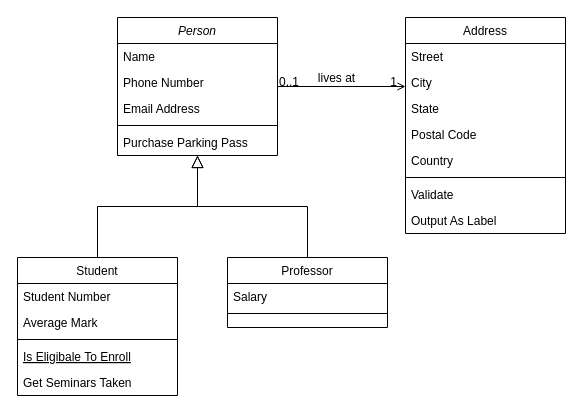
This is Untitled Diagram.drawio from gugahh/diagramasmprj, a draw.io file, before an edit. Source tidied: cells renumbered, new cells numbered last; positions are measured from the earlier drawing's top-left corner, leaving out a move shared by most shapes. Both pictures are drawn from the tidied source at 100%, with x=0, y=0 at pixel (17, 17).
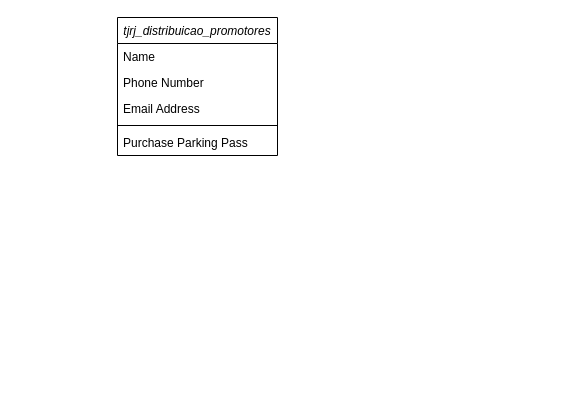
The same diagram, later.

Change to the diagram source:
```diff
@@
-    <mxCell id="2" value="Person" style="swimlane;fontStyle=2;align=center;verticalAlign=top;horizontal=1;startSize=26;rounded=0;shadow=0;strokeWidth=1;" parent="1" vertex="1">
+    <mxCell id="2" value="tjrj_distribuicao_promotores" style="swimlane;fontStyle=2;align=center;verticalAlign=top;horizontal=1;startSize=26;rounded=0;shadow=0;strokeWidth=1;" parent="1" vertex="1">
       <mxGeometry x="100" width="160" height="138" as="geometry" />
     </mxCell>
@@
-    <mxCell id="8" value="Student" style="swimlane;fontStyle=0;align=center;verticalAlign=top;horizontal=1;startSize=26;rounded=0;shadow=0;strokeWidth=1;" parent="1" vertex="1">
-      <mxGeometry y="240" width="160" height="138" as="geometry" />
-    </mxCell>
-    <mxCell id="9" value="Student Number" style="text;align=left;verticalAlign=top;spacingLeft=4;spacingRight=4;overflow=hidden;" parent="8" vertex="1">
-      <mxGeometry y="26" width="160" height="26" as="geometry" />
-    </mxCell>
-    <mxCell id="10" value="Average Mark" style="text;align=left;verticalAlign=top;spacingLeft=4;spacingRight=4;overflow=hidden;rounded=0;shadow=0;html=0;" parent="8" vertex="1">
-      <mxGeometry y="52" width="160" height="26" as="geometry" />
-    </mxCell>
-    <mxCell id="11" style="line;html=1;strokeWidth=1;align=left;verticalAlign=middle;spacingTop=-1;spacingLeft=3;spacingRight=3;labelPosition=right;" parent="8" vertex="1">
-      <mxGeometry y="78" width="160" height="8" as="geometry" />
-    </mxCell>
-    <mxCell id="12" value="Is Eligibale To Enroll" style="text;align=left;verticalAlign=top;spacingLeft=4;spacingRight=4;overflow=hidden;fontStyle=4;" parent="8" vertex="1">
-      <mxGeometry y="86" width="160" height="26" as="geometry" />
-    </mxCell>
-    <mxCell id="13" value="Get Seminars Taken" style="text;align=left;verticalAlign=top;spacingLeft=4;spacingRight=4;overflow=hidden;" parent="8" vertex="1">
-      <mxGeometry y="112" width="160" height="26" as="geometry" />
-    </mxCell>
-    <mxCell id="14" style="endArrow=block;endSize=10;endFill=0;shadow=0;strokeWidth=1;rounded=0;edgeStyle=elbowEdgeStyle;elbow=vertical;" parent="1" edge="1" source="8" target="2">
-      <mxGeometry relative="1" as="geometry" />
-    </mxCell>
-    <mxCell id="15" value="Professor" style="swimlane;fontStyle=0;align=center;verticalAlign=top;horizontal=1;startSize=26;rounded=0;shadow=0;strokeWidth=1;" parent="1" vertex="1">
-      <mxGeometry x="210" y="240" width="160" height="70" as="geometry" />
-    </mxCell>
-    <mxCell id="16" value="Salary" style="text;align=left;verticalAlign=top;spacingLeft=4;spacingRight=4;overflow=hidden;" parent="15" vertex="1">
-      <mxGeometry y="26" width="160" height="26" as="geometry" />
-    </mxCell>
-    <mxCell id="17" style="line;html=1;strokeWidth=1;align=left;verticalAlign=middle;spacingTop=-1;spacingLeft=3;spacingRight=3;labelPosition=right;" parent="15" vertex="1">
-      <mxGeometry y="52" width="160" height="8" as="geometry" />
-    </mxCell>
-    <mxCell id="18" style="endArrow=block;endSize=10;endFill=0;shadow=0;strokeWidth=1;rounded=0;edgeStyle=elbowEdgeStyle;elbow=vertical;" parent="1" edge="1" source="15" target="2">
-      <mxGeometry relative="1" as="geometry" />
-    </mxCell>
-    <mxCell id="19" value="Address" style="swimlane;fontStyle=0;align=center;verticalAlign=top;horizontal=1;startSize=26;rounded=0;shadow=0;strokeWidth=1;" parent="1" vertex="1">
-      <mxGeometry x="388" width="160" height="216" as="geometry" />
-    </mxCell>
-    <mxCell id="20" value="Street" style="text;align=left;verticalAlign=top;spacingLeft=4;spacingRight=4;overflow=hidden;" parent="19" vertex="1">
-      <mxGeometry y="26" width="160" height="26" as="geometry" />
-    </mxCell>
-    <mxCell id="21" value="City" style="text;align=left;verticalAlign=top;spacingLeft=4;spacingRight=4;overflow=hidden;rounded=0;shadow=0;html=0;" parent="19" vertex="1">
-      <mxGeometry y="52" width="160" height="26" as="geometry" />
-    </mxCell>
-    <mxCell id="22" value="State" style="text;align=left;verticalAlign=top;spacingLeft=4;spacingRight=4;overflow=hidden;rounded=0;shadow=0;html=0;" parent="19" vertex="1">
-      <mxGeometry y="78" width="160" height="26" as="geometry" />
-    </mxCell>
-    <mxCell id="23" value="Postal Code" style="text;align=left;verticalAlign=top;spacingLeft=4;spacingRight=4;overflow=hidden;rounded=0;shadow=0;html=0;" parent="19" vertex="1">
-      <mxGeometry y="104" width="160" height="26" as="geometry" />
-    </mxCell>
-    <mxCell id="24" value="Country" style="text;align=left;verticalAlign=top;spacingLeft=4;spacingRight=4;overflow=hidden;rounded=0;shadow=0;html=0;" parent="19" vertex="1">
-      <mxGeometry y="130" width="160" height="26" as="geometry" />
-    </mxCell>
-    <mxCell id="25" style="line;html=1;strokeWidth=1;align=left;verticalAlign=middle;spacingTop=-1;spacingLeft=3;spacingRight=3;labelPosition=right;" parent="19" vertex="1">
-      <mxGeometry y="156" width="160" height="8" as="geometry" />
-    </mxCell>
-    <mxCell id="26" value="Validate" style="text;align=left;verticalAlign=top;spacingLeft=4;spacingRight=4;overflow=hidden;" parent="19" vertex="1">
-      <mxGeometry y="164" width="160" height="26" as="geometry" />
-    </mxCell>
-    <mxCell id="27" value="Output As Label" style="text;align=left;verticalAlign=top;spacingLeft=4;spacingRight=4;overflow=hidden;" parent="19" vertex="1">
-      <mxGeometry y="190" width="160" height="26" as="geometry" />
-    </mxCell>
-    <mxCell id="28" style="endArrow=open;shadow=0;strokeWidth=1;rounded=0;endFill=1;edgeStyle=elbowEdgeStyle;elbow=vertical;" parent="1" edge="1" source="2" target="19">
-      <mxGeometry x="0.5" y="41" relative="1" as="geometry">
-        <mxPoint x="-40" y="32" as="offset" />
-      </mxGeometry>
-    </mxCell>
-    <mxCell id="29" value="0..1" style="align=left;verticalAlign=bottom;labelBackgroundColor=none;fontSize=12;" parent="28" vertex="1">
-      <mxGeometry x="-1" relative="1" as="geometry">
-        <mxPoint y="4" as="offset" />
-      </mxGeometry>
-    </mxCell>
-    <mxCell id="30" value="1" style="align=right;verticalAlign=bottom;labelBackgroundColor=none;fontSize=12;" parent="28" vertex="1">
-      <mxGeometry x="1" relative="1" as="geometry">
-        <mxPoint x="-7" y="4" as="offset" />
-      </mxGeometry>
-    </mxCell>
-    <mxCell id="31" value="lives at" style="text;html=1;align=center;verticalAlign=middle;labelBackgroundColor=none;rounded=0;shadow=0;strokeWidth=1;fontSize=12;" parent="28" vertex="1">
-      <mxGeometry x="0.5" y="49" relative="1" as="geometry">
-        <mxPoint x="-38" y="40" as="offset" />
-      </mxGeometry>
-    </mxCell>
```
